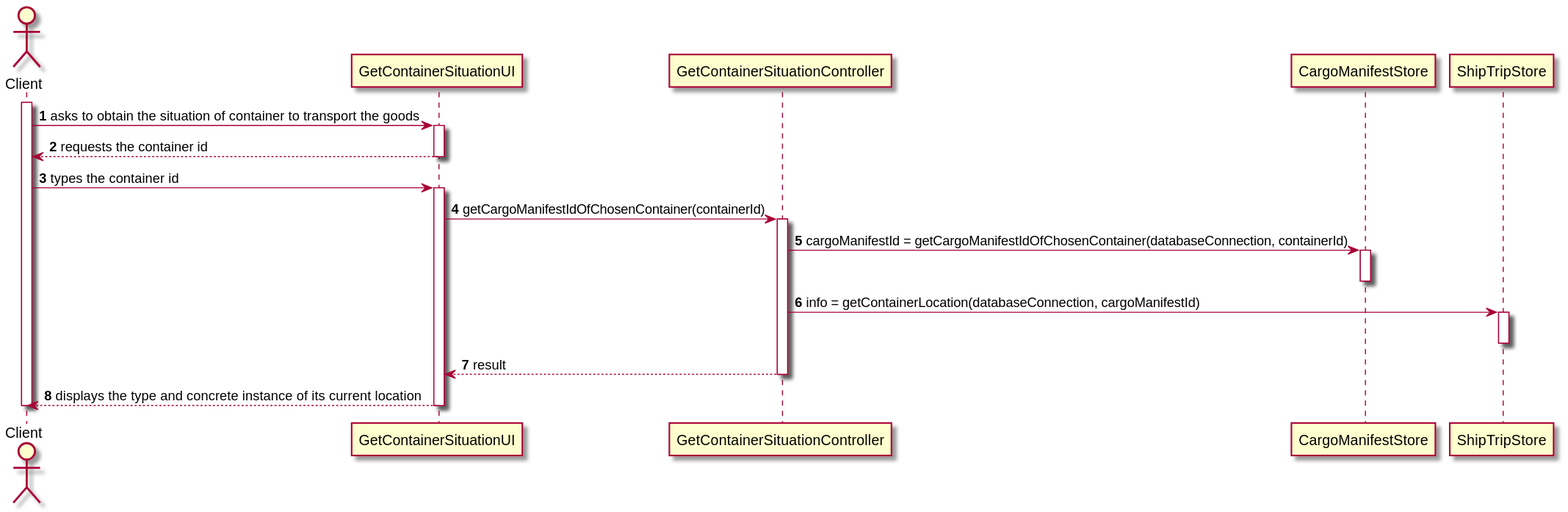
Earlier version of the PlantUML export docs/US204/US204_SD.svg (ana-albergaria/LAPR3-ISEP). Source of this version:
```plantuml
@startuml

autonumber
actor Client as C

participant "GetContainerSituationUI" as UI
participant "GetContainerSituationController" as CTRL
participant "CargoManifestStore" as MANIFEST_STORE

participant "ShipTripStore" as SHIP_TRIP_STORE



activate C
C -> "UI" : asks to obtain the situation of container to transport the goods
activate "UI"
"UI" --> C : requests the container id
deactivate "UI"
C -> "UI" : types the container id
activate "UI"
UI -> CTRL : getCargoManifestIdOfChosenContainer(containerId)
activate CTRL
CTRL -> MANIFEST_STORE : cargoManifestId = getCargoManifestIdOfChosenContainer(databaseConnection, containerId)
activate MANIFEST_STORE
deactivate MANIFEST_STORE
CTRL -> SHIP_TRIP_STORE : info = getContainerLocation(databaseConnection, cargoManifestId)
activate SHIP_TRIP_STORE
deactivate SHIP_TRIP_STORE
CTRL --> UI : result
deactivate CTRL
UI --> C : displays the type and concrete instance of its current location
deactivate UI
deactivate C

@enduml
```
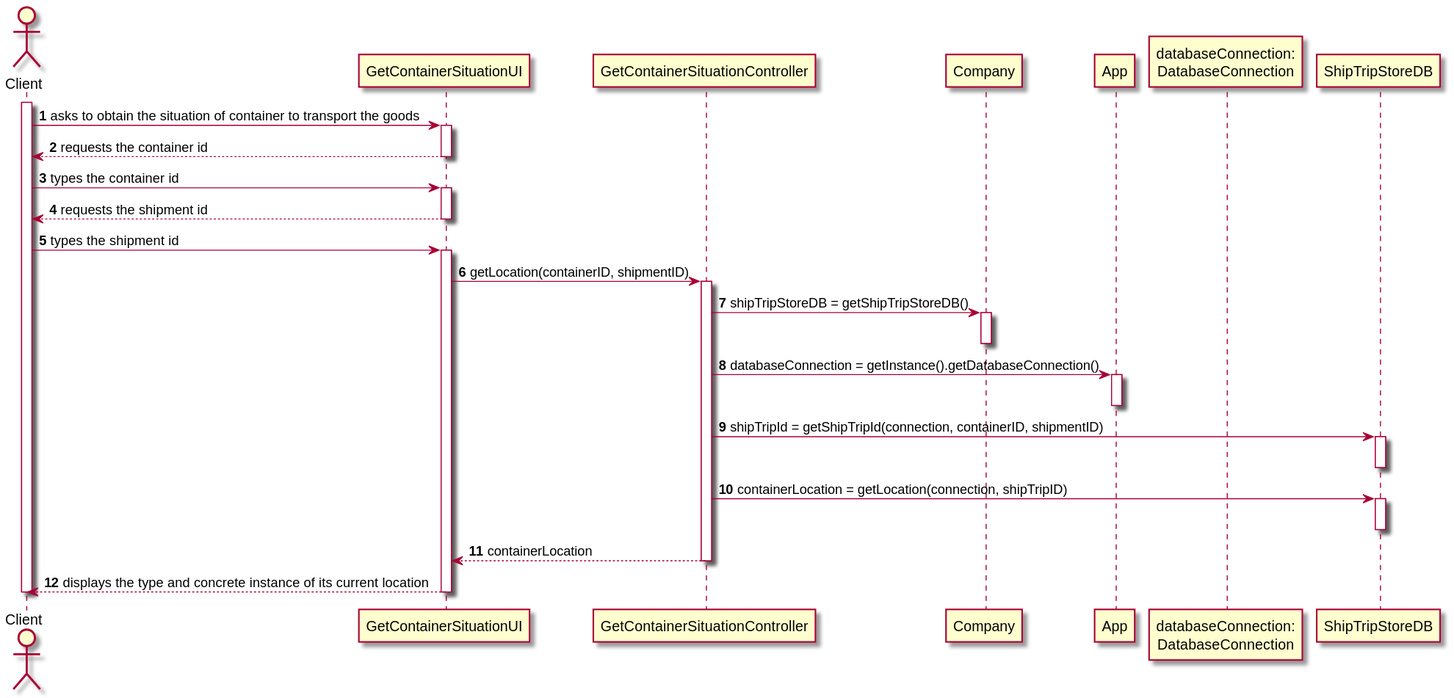
After the commit.

Change to the diagram source:
```diff
@@ -5,9 +5,11 @@
 
 participant "GetContainerSituationUI" as UI
 participant "GetContainerSituationController" as CTRL
-participant "CargoManifestStore" as MANIFEST_STORE
+participant "Company" as COMPANY
+participant "App" as APP
+participant "databaseConnection:\nDatabaseConnection" as CONNECTION
 
-participant "ShipTripStore" as SHIP_TRIP_STORE
+participant "ShipTripStoreDB" as SHIP_TRIP_STORE_DB
 
 
 
@@ -18,15 +20,25 @@
 deactivate "UI"
 C -> "UI" : types the container id
 activate "UI"
-UI -> CTRL : getCargoManifestIdOfChosenContainer(containerId)
+UI --> C : requests the shipment id
+deactivate UI
+C -> UI : types the shipment id
+activate UI
+UI -> CTRL : getLocation(containerID, shipmentID)
 activate CTRL
-CTRL -> MANIFEST_STORE : cargoManifestId = getCargoManifestIdOfChosenContainer(databaseConnection, containerId)
-activate MANIFEST_STORE
-deactivate MANIFEST_STORE
-CTRL -> SHIP_TRIP_STORE : info = getContainerLocation(databaseConnection, cargoManifestId)
-activate SHIP_TRIP_STORE
-deactivate SHIP_TRIP_STORE
-CTRL --> UI : result
+CTRL -> COMPANY : shipTripStoreDB = getShipTripStoreDB()
+activate COMPANY
+deactivate COMPANY
+CTRL -> APP : databaseConnection = getInstance().getDatabaseConnection()
+activate APP
+deactivate APP
+CTRL -> SHIP_TRIP_STORE_DB : shipTripId = getShipTripId(connection, containerID, shipmentID)
+activate SHIP_TRIP_STORE_DB
+deactivate SHIP_TRIP_STORE_DB
+CTRL -> SHIP_TRIP_STORE_DB : containerLocation = getLocation(connection, shipTripID)
+activate SHIP_TRIP_STORE_DB
+deactivate SHIP_TRIP_STORE_DB
+CTRL --> UI : containerLocation
 deactivate CTRL
 UI --> C : displays the type and concrete instance of its current location
 deactivate UI
```
